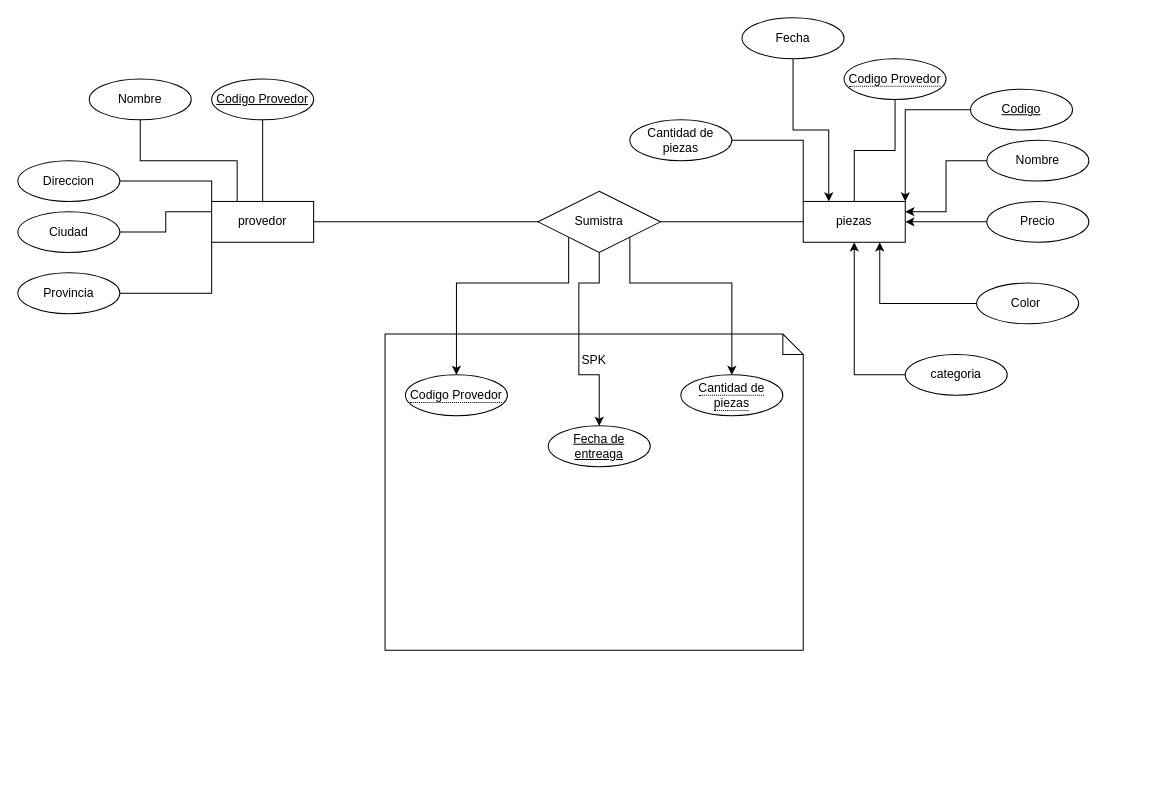
Earlier version of the draw.io diagram Proyectofinal.drawio (IsaiEDC/ACTs-moodels). Source tidied: cells renumbered, new cells numbered last; positions are measured from the earlier drawing's top-left corner, leaving out a move shared by most shapes. Both pictures are drawn from the tidied source at 102%, with x=0, y=0 at pixel (17, 17).
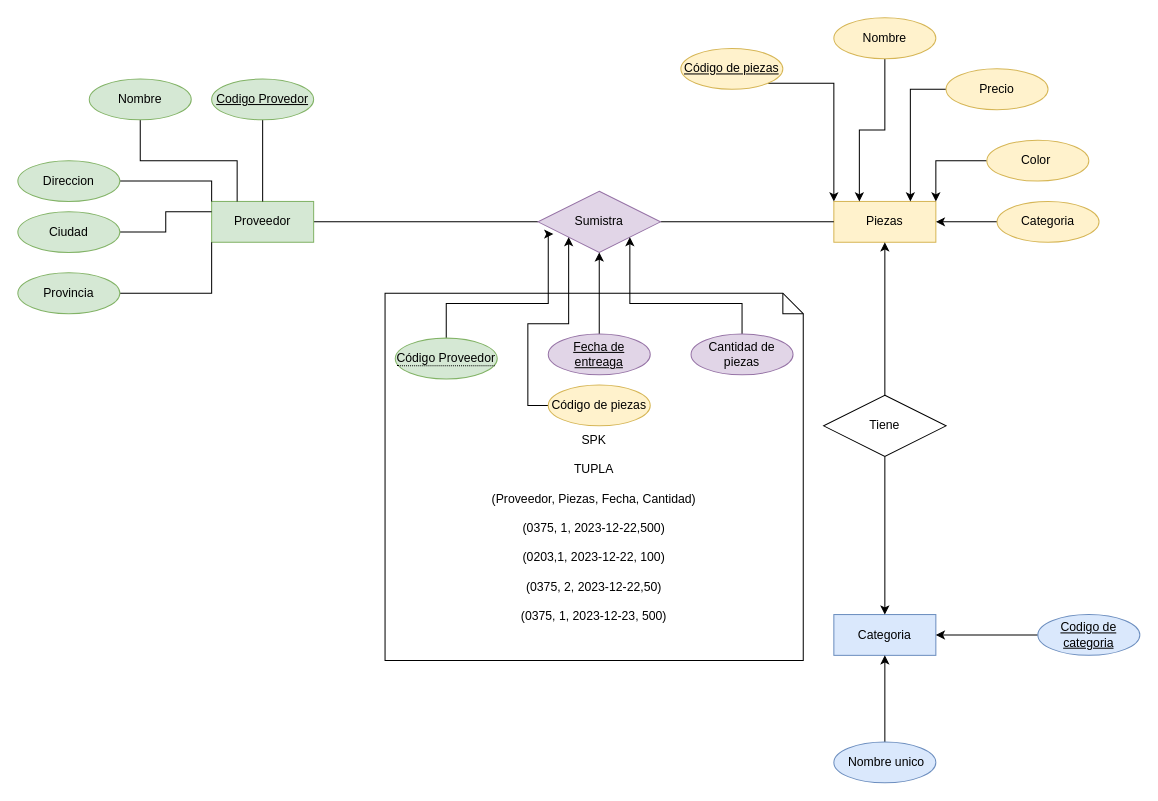
After the change.

What changed in the source:
```diff
@@
-    <mxCell id="2" value="SPK&lt;br&gt;&lt;br&gt;&lt;br&gt;&lt;br&gt;&lt;br&gt;&lt;br&gt;&lt;br&gt;&lt;br&gt;&lt;br&gt;&lt;br&gt;&lt;br&gt;&lt;br&gt;&lt;br&gt;&lt;br&gt;&lt;br&gt;&lt;br&gt;&lt;br&gt;&lt;br&gt;&lt;br&gt;" style="shape=note;size=20;whiteSpace=wrap;html=1;" parent="1" vertex="1">
-      <mxGeometry x="360" y="310" width="410" height="310" as="geometry" />
+    <mxCell id="2" value="&lt;br&gt;&lt;br&gt;&lt;br&gt;&lt;br&gt;&lt;br&gt;&lt;br&gt;&lt;br&gt;SPK&lt;br&gt;&lt;br&gt;TUPLA&lt;br&gt;&lt;br&gt;(Proveedor, Piezas, Fecha, Cantidad)&lt;br&gt;&lt;br&gt;(0375, 1, 2023-12-22,500)&lt;br&gt;&lt;br&gt;(0203,1, 2023-12-22, 100)&lt;br&gt;&lt;br&gt;(0375, 2, 2023-12-22,50)&lt;br&gt;&lt;br&gt;(0375, 1, 2023-12-23, 500)" style="shape=note;size=20;whiteSpace=wrap;html=1;" parent="1" vertex="1">
+      <mxGeometry x="360" y="270" width="410" height="360" as="geometry" />
     </mxCell>
@@
-    <mxCell id="4" value="provedor" style="whiteSpace=wrap;html=1;align=center;" parent="1" vertex="1">
+    <mxCell id="4" value="Proveedor" style="whiteSpace=wrap;html=1;align=center;fillColor=#d5e8d4;strokeColor=#82b366;" parent="1" vertex="1">
       <mxGeometry x="190" y="180" width="100" height="40" as="geometry" />
     </mxCell>
@@
-    <mxCell id="6" value="Provincia" style="ellipse;whiteSpace=wrap;html=1;align=center;" parent="1" vertex="1">
+    <mxCell id="6" value="Provincia" style="ellipse;whiteSpace=wrap;html=1;align=center;fillColor=#d5e8d4;strokeColor=#82b366;" parent="1" vertex="1">
       <mxGeometry y="250" width="100" height="40" as="geometry" />
     </mxCell>
@@
-    <mxCell id="8" value="Ciudad" style="ellipse;whiteSpace=wrap;html=1;align=center;" parent="1" vertex="1">
+    <mxCell id="8" value="Ciudad" style="ellipse;whiteSpace=wrap;html=1;align=center;fillColor=#d5e8d4;strokeColor=#82b366;" parent="1" vertex="1">
       <mxGeometry y="190" width="100" height="40" as="geometry" />
     </mxCell>
@@
-    <mxCell id="10" value="Direccion" style="ellipse;whiteSpace=wrap;html=1;align=center;" parent="1" vertex="1">
+    <mxCell id="10" value="Direccion" style="ellipse;whiteSpace=wrap;html=1;align=center;fillColor=#d5e8d4;strokeColor=#82b366;" parent="1" vertex="1">
       <mxGeometry y="140" width="100" height="40" as="geometry" />
     </mxCell>
@@
-    <mxCell id="12" value="Nombre" style="ellipse;whiteSpace=wrap;html=1;align=center;" parent="1" vertex="1">
+    <mxCell id="12" value="Nombre" style="ellipse;whiteSpace=wrap;html=1;align=center;fillColor=#d5e8d4;strokeColor=#82b366;" parent="1" vertex="1">
       <mxGeometry x="70" y="60" width="100" height="40" as="geometry" />
     </mxCell>
@@
-    <mxCell id="14" value="Codigo Provedor" style="ellipse;whiteSpace=wrap;html=1;align=center;fontStyle=4;" parent="1" vertex="1">
+    <mxCell id="14" value="Codigo Provedor" style="ellipse;whiteSpace=wrap;html=1;align=center;fontStyle=4;fillColor=#d5e8d4;strokeColor=#82b366;" parent="1" vertex="1">
       <mxGeometry x="190" y="60" width="100" height="40" as="geometry" />
     </mxCell>
-    <mxCell id="15" value="piezas" style="whiteSpace=wrap;html=1;align=center;" parent="1" vertex="1">
-      <mxGeometry x="770" y="180" width="100" height="40" as="geometry" />
+    <mxCell id="15" value="Piezas" style="whiteSpace=wrap;html=1;align=center;fillColor=#fff2cc;strokeColor=#d6b656;" parent="1" vertex="1">
+      <mxGeometry x="800" y="180" width="100" height="40" as="geometry" />
     </mxCell>
@@
-    <mxCell id="17" style="edgeStyle=orthogonalEdgeStyle;rounded=0;jettySize=auto;html=1;exitX=0.5;exitY=1;exitDx=0;exitDy=0;entryX=0.5;entryY=0;entryDx=0;entryDy=0;" parent="1" edge="1" source="20" target="27">
-      <mxGeometry relative="1" as="geometry">
-        <Array as="points">
-          <mxPoint x="570" y="260" />
-          <mxPoint x="550" y="260" />
-          <mxPoint x="550" y="350" />
-          <mxPoint x="570" y="350" />
-        </Array>
-      </mxGeometry>
-    </mxCell>
-    <mxCell id="18" style="edgeStyle=orthogonalEdgeStyle;rounded=0;jettySize=auto;html=1;exitX=1;exitY=1;exitDx=0;exitDy=0;entryX=0.5;entryY=0;entryDx=0;entryDy=0;" parent="1" edge="1" source="20" target="28">
-      <mxGeometry relative="1" as="geometry">
-        <Array as="points">
-          <mxPoint x="600" y="260" />
-          <mxPoint x="700" y="260" />
-        </Array>
-      </mxGeometry>
-    </mxCell>
-    <mxCell id="19" style="edgeStyle=orthogonalEdgeStyle;rounded=0;jettySize=auto;html=1;exitX=0;exitY=1;exitDx=0;exitDy=0;entryX=0.5;entryY=0;entryDx=0;entryDy=0;" parent="1" edge="1" source="20" target="39">
-      <mxGeometry relative="1" as="geometry">
-        <Array as="points">
-          <mxPoint x="540" y="260" />
-          <mxPoint x="430" y="260" />
-        </Array>
-      </mxGeometry>
-    </mxCell>
-    <mxCell id="20" value="Sumistra" style="shape=rhombus;perimeter=rhombusPerimeter;whiteSpace=wrap;html=1;align=center;" parent="1" vertex="1">
+    <mxCell id="20" value="Sumistra" style="shape=rhombus;perimeter=rhombusPerimeter;whiteSpace=wrap;html=1;align=center;fillColor=#e1d5e7;strokeColor=#9673a6;" parent="1" vertex="1">
       <mxGeometry x="510" y="170" width="120" height="60" as="geometry" />
     </mxCell>
-    <mxCell id="21" style="edgeStyle=orthogonalEdgeStyle;rounded=0;jettySize=auto;html=1;entryX=0;entryY=0;entryDx=0;entryDy=0;endArrow=none;endFill=0;" parent="1" edge="1" source="22" target="15">
-      <mxGeometry relative="1" as="geometry" />
-    </mxCell>
-    <mxCell id="22" value="Cantidad de piezas" style="ellipse;whiteSpace=wrap;html=1;align=center;" parent="1" vertex="1">
-      <mxGeometry x="600" y="100" width="100" height="40" as="geometry" />
-    </mxCell>
-    <mxCell id="23" style="edgeStyle=orthogonalEdgeStyle;rounded=0;jettySize=auto;html=1;entryX=0.25;entryY=0;entryDx=0;entryDy=0;" parent="1" edge="1" source="24" target="15">
-      <mxGeometry relative="1" as="geometry" />
-    </mxCell>
-    <mxCell id="24" value="Fecha" style="ellipse;whiteSpace=wrap;html=1;align=center;" parent="1" vertex="1">
-      <mxGeometry x="710" width="100" height="40" as="geometry" />
-    </mxCell>
-    <mxCell id="25" style="edgeStyle=orthogonalEdgeStyle;rounded=0;jettySize=auto;html=1;entryX=0.5;entryY=0;entryDx=0;entryDy=0;endArrow=none;endFill=0;" parent="1" edge="1" source="26" target="15">
-      <mxGeometry relative="1" as="geometry" />
-    </mxCell>
-    <mxCell id="26" value="&lt;span style=&quot;border-bottom: 1px dotted&quot;&gt;Codigo Provedor&lt;/span&gt;" style="ellipse;whiteSpace=wrap;html=1;align=center;" parent="1" vertex="1">
-      <mxGeometry x="810" y="40" width="100" height="40" as="geometry" />
-    </mxCell>
+    <mxCell id="40" style="edgeStyle=orthogonalEdgeStyle;rounded=0;jettySize=auto;html=1;" parent="1" edge="1" source="27" target="20">
+      <mxGeometry relative="1" as="geometry" />
+    </mxCell>
-    <mxCell id="27" value="Fecha de entreaga" style="ellipse;whiteSpace=wrap;html=1;align=center;fontStyle=4;" parent="1" vertex="1">
-      <mxGeometry x="520" y="400" width="100" height="40" as="geometry" />
+    <mxCell id="27" value="Fecha de entreaga" style="ellipse;whiteSpace=wrap;html=1;align=center;fontStyle=4;fillColor=#e1d5e7;strokeColor=#9673a6;" parent="1" vertex="1">
+      <mxGeometry x="520" y="310" width="100" height="40" as="geometry" />
     </mxCell>
-    <mxCell id="28" value="&lt;span style=&quot;border-bottom: 1px dotted&quot;&gt;Cantidad de piezas&lt;/span&gt;" style="ellipse;whiteSpace=wrap;html=1;align=center;" parent="1" vertex="1">
-      <mxGeometry x="650" y="350" width="100" height="40" as="geometry" />
-    </mxCell>
-    <mxCell id="29" style="edgeStyle=orthogonalEdgeStyle;rounded=0;jettySize=auto;html=1;exitX=0;exitY=0.5;exitDx=0;exitDy=0;entryX=1;entryY=0;entryDx=0;entryDy=0;" parent="1" edge="1" source="30" target="15">
+    <mxCell id="29" style="edgeStyle=orthogonalEdgeStyle;rounded=0;jettySize=auto;html=1;exitX=1;exitY=1;exitDx=0;exitDy=0;entryX=0;entryY=0;entryDx=0;entryDy=0;" parent="1" edge="1" source="30" target="15">
       <mxGeometry relative="1" as="geometry" />
     </mxCell>
-    <mxCell id="30" value="Codigo" style="ellipse;whiteSpace=wrap;html=1;align=center;fontStyle=4;" parent="1" vertex="1">
-      <mxGeometry x="934" y="70" width="100" height="40" as="geometry" />
+    <mxCell id="30" value="Código de piezas" style="ellipse;whiteSpace=wrap;html=1;align=center;fontStyle=4;fillColor=#fff2cc;strokeColor=#d6b656;" parent="1" vertex="1">
+      <mxGeometry x="650" y="30" width="100" height="40" as="geometry" />
     </mxCell>
-    <mxCell id="31" style="edgeStyle=orthogonalEdgeStyle;rounded=0;jettySize=auto;html=1;entryX=1;entryY=0.5;entryDx=0;entryDy=0;" parent="1" edge="1" source="32" target="15">
+    <mxCell id="31" style="edgeStyle=orthogonalEdgeStyle;rounded=0;jettySize=auto;html=1;entryX=0.75;entryY=0;entryDx=0;entryDy=0;" parent="1" edge="1" source="32" target="15">
       <mxGeometry relative="1" as="geometry" />
     </mxCell>
-    <mxCell id="32" value="Precio" style="ellipse;whiteSpace=wrap;html=1;align=center;" parent="1" vertex="1">
-      <mxGeometry x="950" y="180" width="100" height="40" as="geometry" />
+    <mxCell id="32" value="Precio" style="ellipse;whiteSpace=wrap;html=1;align=center;fillColor=#fff2cc;strokeColor=#d6b656;" parent="1" vertex="1">
+      <mxGeometry x="910" y="50" width="100" height="40" as="geometry" />
     </mxCell>
-    <mxCell id="33" style="edgeStyle=orthogonalEdgeStyle;rounded=0;jettySize=auto;html=1;entryX=0.75;entryY=1;entryDx=0;entryDy=0;" parent="1" edge="1" source="34" target="15">
+    <mxCell id="33" style="edgeStyle=orthogonalEdgeStyle;rounded=0;jettySize=auto;html=1;entryX=1;entryY=0;entryDx=0;entryDy=0;" parent="1" edge="1" source="34" target="15">
       <mxGeometry relative="1" as="geometry" />
     </mxCell>
-    <mxCell id="34" value="Color&amp;nbsp;" style="ellipse;whiteSpace=wrap;html=1;align=center;" parent="1" vertex="1">
-      <mxGeometry x="940" y="260" width="100" height="40" as="geometry" />
+    <mxCell id="34" value="Color&amp;nbsp;" style="ellipse;whiteSpace=wrap;html=1;align=center;fillColor=#fff2cc;strokeColor=#d6b656;" parent="1" vertex="1">
+      <mxGeometry x="950" y="120" width="100" height="40" as="geometry" />
     </mxCell>
-    <mxCell id="35" style="edgeStyle=orthogonalEdgeStyle;rounded=0;jettySize=auto;html=1;entryX=1;entryY=0.25;entryDx=0;entryDy=0;" parent="1" edge="1" source="36" target="15">
+    <mxCell id="35" style="edgeStyle=orthogonalEdgeStyle;rounded=0;jettySize=auto;html=1;entryX=0.25;entryY=0;entryDx=0;entryDy=0;" parent="1" edge="1" source="36" target="15">
       <mxGeometry relative="1" as="geometry" />
     </mxCell>
-    <mxCell id="36" value="Nombre" style="ellipse;whiteSpace=wrap;html=1;align=center;" parent="1" vertex="1">
-      <mxGeometry x="950" y="120" width="100" height="40" as="geometry" />
+    <mxCell id="36" value="Nombre" style="ellipse;whiteSpace=wrap;html=1;align=center;fillColor=#fff2cc;strokeColor=#d6b656;" parent="1" vertex="1">
+      <mxGeometry x="800" width="100" height="40" as="geometry" />
     </mxCell>
-    <mxCell id="37" style="edgeStyle=orthogonalEdgeStyle;rounded=0;jettySize=auto;html=1;exitX=0;exitY=0.5;exitDx=0;exitDy=0;entryX=0.5;entryY=1;entryDx=0;entryDy=0;" parent="1" edge="1" source="38" target="15">
+    <mxCell id="37" style="edgeStyle=orthogonalEdgeStyle;rounded=0;jettySize=auto;html=1;entryX=1;entryY=0.5;entryDx=0;entryDy=0;" parent="1" edge="1" source="38" target="15">
       <mxGeometry relative="1" as="geometry" />
     </mxCell>
-    <mxCell id="38" value="categoria" style="ellipse;whiteSpace=wrap;html=1;align=center;" parent="1" vertex="1">
-      <mxGeometry x="870" y="330" width="100" height="40" as="geometry" />
+    <mxCell id="38" value="Categoria" style="ellipse;whiteSpace=wrap;html=1;align=center;fillColor=#fff2cc;strokeColor=#d6b656;" parent="1" vertex="1">
+      <mxGeometry x="960" y="180" width="100" height="40" as="geometry" />
     </mxCell>
+    <mxCell id="41" style="edgeStyle=orthogonalEdgeStyle;rounded=0;jettySize=auto;html=1;exitX=0.5;exitY=0;exitDx=0;exitDy=0;entryX=0.125;entryY=0.7;entryDx=0;entryDy=0;entryPerimeter=0;" parent="1" edge="1" source="39" target="20">
+      <mxGeometry relative="1" as="geometry">
+        <Array as="points">
+          <mxPoint x="420" y="280" />
+          <mxPoint x="520" y="280" />
+          <mxPoint x="520" y="212" />
+        </Array>
+      </mxGeometry>
+    </mxCell>
-    <mxCell id="39" value="&lt;span style=&quot;border-bottom: 1px dotted&quot;&gt;Codigo Provedor&lt;/span&gt;" style="ellipse;whiteSpace=wrap;html=1;align=center;" parent="1" vertex="1">
-      <mxGeometry x="380" y="350" width="100" height="40" as="geometry" />
+    <mxCell id="39" value="&lt;span style=&quot;border-bottom: 1px dotted&quot;&gt;Código Proveedor&lt;/span&gt;" style="ellipse;whiteSpace=wrap;html=1;align=center;fillColor=#d5e8d4;strokeColor=#82b366;" parent="1" vertex="1">
+      <mxGeometry x="370" y="314" width="100" height="40" as="geometry" />
     </mxCell>
+    <mxCell id="42" value="Categoria" style="whiteSpace=wrap;html=1;align=center;fillColor=#dae8fc;strokeColor=#6c8ebf;" parent="1" vertex="1">
+      <mxGeometry x="800" y="585" width="100" height="40" as="geometry" />
+    </mxCell>
+    <mxCell id="43" style="edgeStyle=orthogonalEdgeStyle;rounded=0;jettySize=auto;html=1;entryX=0.5;entryY=0;entryDx=0;entryDy=0;" parent="1" edge="1" source="45" target="42">
+      <mxGeometry relative="1" as="geometry" />
+    </mxCell>
+    <mxCell id="44" style="edgeStyle=orthogonalEdgeStyle;rounded=0;jettySize=auto;html=1;entryX=0.5;entryY=1;entryDx=0;entryDy=0;" parent="1" edge="1" source="45" target="15">
+      <mxGeometry relative="1" as="geometry" />
+    </mxCell>
+    <mxCell id="45" value="Tiene" style="shape=rhombus;perimeter=rhombusPerimeter;whiteSpace=wrap;html=1;align=center;" parent="1" vertex="1">
+      <mxGeometry x="790" y="370" width="120" height="60" as="geometry" />
+    </mxCell>
+    <mxCell id="46" style="edgeStyle=orthogonalEdgeStyle;rounded=0;jettySize=auto;html=1;entryX=1;entryY=0.5;entryDx=0;entryDy=0;" parent="1" edge="1" source="47" target="42">
+      <mxGeometry relative="1" as="geometry" />
+    </mxCell>
+    <mxCell id="47" value="Codigo de categoria" style="ellipse;whiteSpace=wrap;html=1;align=center;fontStyle=4;fillColor=#dae8fc;strokeColor=#6c8ebf;" parent="1" vertex="1">
+      <mxGeometry x="1000" y="585" width="100" height="40" as="geometry" />
+    </mxCell>
+    <mxCell id="48" style="edgeStyle=orthogonalEdgeStyle;rounded=0;jettySize=auto;html=1;entryX=1;entryY=1;entryDx=0;entryDy=0;" parent="1" edge="1" source="49" target="20">
+      <mxGeometry relative="1" as="geometry">
+        <Array as="points">
+          <mxPoint x="710" y="280" />
+          <mxPoint x="600" y="280" />
+        </Array>
+      </mxGeometry>
+    </mxCell>
+    <mxCell id="49" value="Cantidad de piezas" style="ellipse;whiteSpace=wrap;html=1;align=center;fillColor=#e1d5e7;strokeColor=#9673a6;" parent="1" vertex="1">
+      <mxGeometry x="660" y="310" width="100" height="40" as="geometry" />
+    </mxCell>
+    <mxCell id="50" style="edgeStyle=orthogonalEdgeStyle;rounded=0;jettySize=auto;html=1;" parent="1" edge="1" source="51" target="42">
+      <mxGeometry relative="1" as="geometry" />
+    </mxCell>
+    <mxCell id="51" value="&amp;nbsp;Nombre unico" style="ellipse;whiteSpace=wrap;html=1;align=center;fillColor=#dae8fc;strokeColor=#6c8ebf;" parent="1" vertex="1">
+      <mxGeometry x="800" y="710" width="100" height="40" as="geometry" />
+    </mxCell>
+    <mxCell id="52" style="edgeStyle=orthogonalEdgeStyle;rounded=0;jettySize=auto;html=1;entryX=0;entryY=1;entryDx=0;entryDy=0;exitX=0;exitY=0.5;exitDx=0;exitDy=0;" parent="1" edge="1" source="53" target="20">
+      <mxGeometry relative="1" as="geometry">
+        <Array as="points">
+          <mxPoint x="500" y="380" />
+          <mxPoint x="500" y="300" />
+          <mxPoint x="540" y="300" />
+        </Array>
+      </mxGeometry>
+    </mxCell>
+    <mxCell id="53" value="Código de piezas" style="ellipse;whiteSpace=wrap;html=1;align=center;fillColor=#fff2cc;strokeColor=#d6b656;" parent="1" vertex="1">
+      <mxGeometry x="520" y="360" width="100" height="40" as="geometry" />
+    </mxCell>
```
